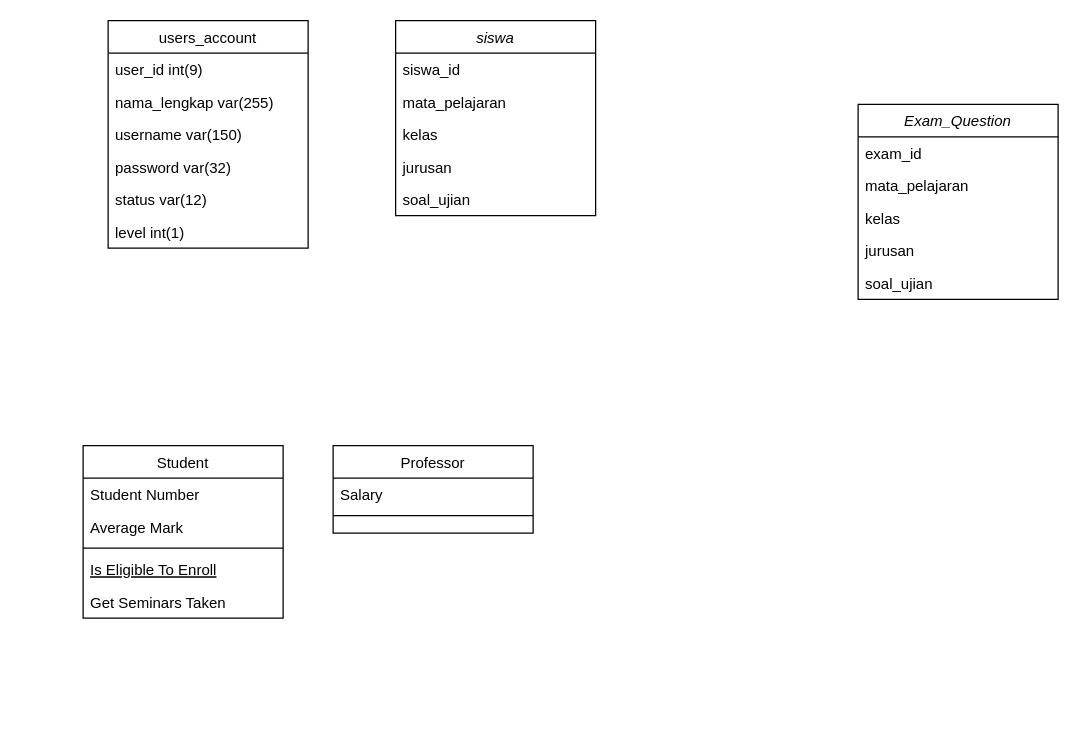
Before: Untitled Diagram.drawio in JzuvGTI/exam-dashboard, a draw.io diagram. Source tidied: cells renumbered, new cells numbered last; positions are measured from the earlier drawing's top-left corner, leaving out a move shared by most shapes. Both pictures are drawn from the tidied source at 125%, with x=0, y=0 at pixel (82, 20).
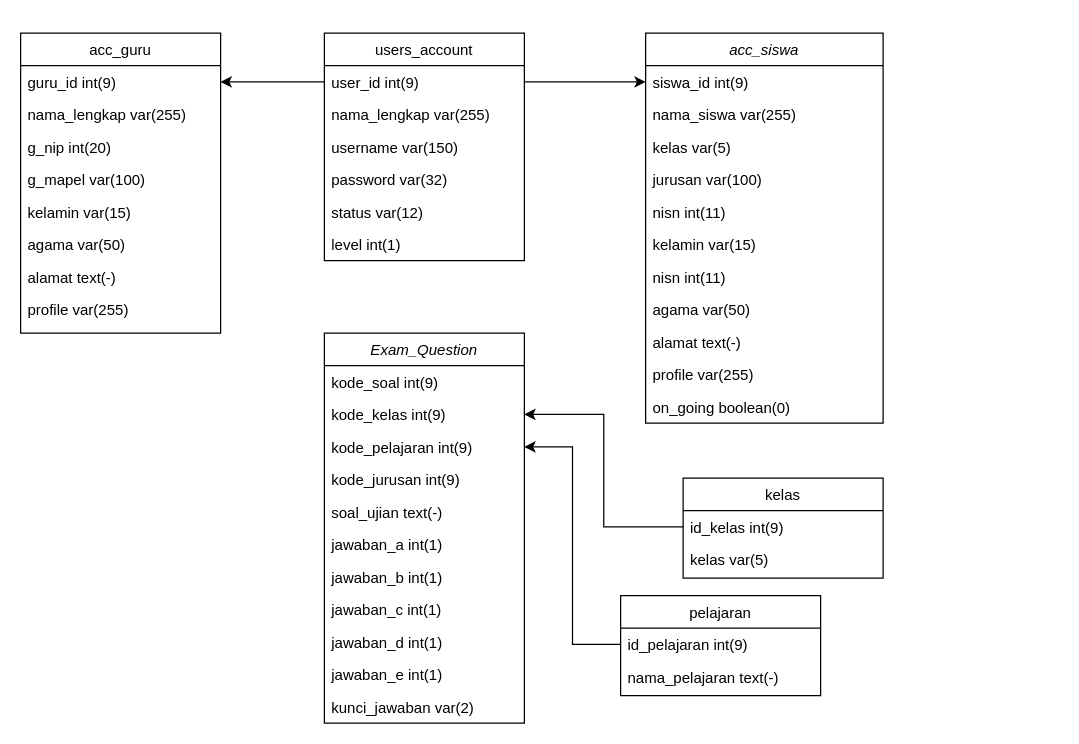
The same page after the edit.

Unchanged cells that the change refers to:
```xml
<mxCell id="18" value="user_id int(9)" style="text;align=left;verticalAlign=top;spacingLeft=4;spacingRight=4;overflow=hidden;points=[[0,0.5],[1,0.5]];portConstraint=eastwest;" parent="17" vertex="1">
  <mxGeometry y="26" width="160" height="26" as="geometry" />
</mxCell>
```

The edit, as a diff of the source:
```diff
@@
     <mxCell id="2" value="Exam_Question" style="swimlane;fontStyle=2;align=center;verticalAlign=top;horizontal=1;startSize=26;rounded=0;shadow=0;strokeWidth=1;" parent="1" vertex="1">
-      <mxGeometry x="620" y="67" width="160" height="156" as="geometry" />
+      <mxGeometry x="193" y="250" width="160" height="312" as="geometry" />
     </mxCell>
-    <mxCell id="3" value="exam_id" style="text;align=left;verticalAlign=top;spacingLeft=4;spacingRight=4;overflow=hidden;" parent="2" vertex="1">
+    <mxCell id="3" value="kode_soal int(9)" style="text;align=left;verticalAlign=top;spacingLeft=4;spacingRight=4;overflow=hidden;" parent="2" vertex="1">
       <mxGeometry y="26" width="160" height="26" as="geometry" />
     </mxCell>
+    <mxCell id="5" value="kode_kelas int(9)" style="text;align=left;verticalAlign=top;spacingLeft=4;spacingRight=4;overflow=hidden;points=[[0,0.5],[1,0.5]];portConstraint=eastwest;rounded=0;shadow=0;html=0;" parent="2" vertex="1">
+      <mxGeometry y="52" width="160" height="26" as="geometry" />
+    </mxCell>
-    <mxCell id="4" value="mata_pelajaran" style="text;align=left;verticalAlign=top;spacingLeft=4;spacingRight=4;overflow=hidden;points=[[0,0.5],[1,0.5]];portConstraint=eastwest;rounded=0;shadow=0;html=0;" parent="2" vertex="1">
-      <mxGeometry y="52" width="160" height="26" as="geometry" />
+    <mxCell id="4" value="kode_pelajaran int(9)" style="text;align=left;verticalAlign=top;spacingLeft=4;spacingRight=4;overflow=hidden;points=[[0,0.5],[1,0.5]];portConstraint=eastwest;rounded=0;shadow=0;html=0;" parent="2" vertex="1">
+      <mxGeometry y="78" width="160" height="26" as="geometry" />
     </mxCell>
-    <mxCell id="5" value="kelas" style="text;align=left;verticalAlign=top;spacingLeft=4;spacingRight=4;overflow=hidden;points=[[0,0.5],[1,0.5]];portConstraint=eastwest;rounded=0;shadow=0;html=0;" parent="2" vertex="1">
-      <mxGeometry y="78" width="160" height="26" as="geometry" />
-    </mxCell>
-    <mxCell id="6" value="jurusan" style="text;align=left;verticalAlign=top;spacingLeft=4;spacingRight=4;overflow=hidden;rounded=0;shadow=0;html=0;" parent="2" vertex="1">
+    <mxCell id="6" value="kode_jurusan int(9)" style="text;align=left;verticalAlign=top;spacingLeft=4;spacingRight=4;overflow=hidden;rounded=0;shadow=0;html=0;" parent="2" vertex="1">
       <mxGeometry y="104" width="160" height="26" as="geometry" />
     </mxCell>
-    <mxCell id="7" value="soal_ujian&#10;" style="text;align=left;verticalAlign=top;spacingLeft=4;spacingRight=4;overflow=hidden;rounded=0;shadow=0;html=0;" parent="2" vertex="1">
+    <mxCell id="7" value="soal_ujian text(-)" style="text;align=left;verticalAlign=top;spacingLeft=4;spacingRight=4;overflow=hidden;rounded=0;shadow=0;html=0;" parent="2" vertex="1">
       <mxGeometry y="130" width="160" height="26" as="geometry" />
     </mxCell>
-    <mxCell id="8" value="Student" style="swimlane;fontStyle=0;align=center;verticalAlign=top;horizontal=1;startSize=26;rounded=0;shadow=0;strokeWidth=1;" parent="1" vertex="1">
-      <mxGeometry y="340" width="160" height="138" as="geometry" />
-    </mxCell>
-    <mxCell id="9" value="Student Number" style="text;align=left;verticalAlign=top;spacingLeft=4;spacingRight=4;overflow=hidden;" parent="8" vertex="1">
-      <mxGeometry y="26" width="160" height="26" as="geometry" />
-    </mxCell>
-    <mxCell id="10" value="Average Mark" style="text;align=left;verticalAlign=top;spacingLeft=4;spacingRight=4;overflow=hidden;rounded=0;shadow=0;html=0;" parent="8" vertex="1">
-      <mxGeometry y="52" width="160" height="26" as="geometry" />
-    </mxCell>
-    <mxCell id="11" style="line;html=1;strokeWidth=1;align=left;verticalAlign=middle;spacingTop=-1;spacingLeft=3;spacingRight=3;labelPosition=right;" parent="8" vertex="1">
-      <mxGeometry y="78" width="160" height="8" as="geometry" />
-    </mxCell>
-    <mxCell id="12" value="Is Eligible To Enroll" style="text;align=left;verticalAlign=top;spacingLeft=4;spacingRight=4;overflow=hidden;fontStyle=4;" parent="8" vertex="1">
-      <mxGeometry y="86" width="160" height="26" as="geometry" />
-    </mxCell>
-    <mxCell id="13" value="Get Seminars Taken" style="text;align=left;verticalAlign=top;spacingLeft=4;spacingRight=4;overflow=hidden;" parent="8" vertex="1">
-      <mxGeometry y="112" width="160" height="26" as="geometry" />
-    </mxCell>
-    <mxCell id="14" value="Professor" style="swimlane;fontStyle=0;align=center;verticalAlign=top;horizontal=1;startSize=26;rounded=0;shadow=0;strokeWidth=1;" parent="1" vertex="1">
-      <mxGeometry x="200" y="340" width="160" height="70" as="geometry" />
-    </mxCell>
-    <mxCell id="15" value="Salary" style="text;align=left;verticalAlign=top;spacingLeft=4;spacingRight=4;overflow=hidden;" parent="14" vertex="1">
-      <mxGeometry y="26" width="160" height="26" as="geometry" />
-    </mxCell>
-    <mxCell id="16" style="line;html=1;strokeWidth=1;align=left;verticalAlign=middle;spacingTop=-1;spacingLeft=3;spacingRight=3;labelPosition=right;" parent="14" vertex="1">
-      <mxGeometry y="52" width="160" height="8" as="geometry" />
-    </mxCell>
+    <mxCell id="30" value="jawaban_a int(1)" style="text;align=left;verticalAlign=top;spacingLeft=4;spacingRight=4;overflow=hidden;rounded=0;shadow=0;html=0;" parent="2" vertex="1">
+      <mxGeometry y="156" width="160" height="26" as="geometry" />
+    </mxCell>
+    <mxCell id="31" value="jawaban_b int(1)" style="text;align=left;verticalAlign=top;spacingLeft=4;spacingRight=4;overflow=hidden;rounded=0;shadow=0;html=0;" parent="2" vertex="1">
+      <mxGeometry y="182" width="160" height="26" as="geometry" />
+    </mxCell>
+    <mxCell id="32" value="jawaban_c int(1)" style="text;align=left;verticalAlign=top;spacingLeft=4;spacingRight=4;overflow=hidden;rounded=0;shadow=0;html=0;" parent="2" vertex="1">
+      <mxGeometry y="208" width="160" height="26" as="geometry" />
+    </mxCell>
+    <mxCell id="33" value="jawaban_d int(1)" style="text;align=left;verticalAlign=top;spacingLeft=4;spacingRight=4;overflow=hidden;rounded=0;shadow=0;html=0;" parent="2" vertex="1">
+      <mxGeometry y="234" width="160" height="26" as="geometry" />
+    </mxCell>
+    <mxCell id="34" value="jawaban_e int(1)" style="text;align=left;verticalAlign=top;spacingLeft=4;spacingRight=4;overflow=hidden;rounded=0;shadow=0;html=0;" parent="2" vertex="1">
+      <mxGeometry y="260" width="160" height="26" as="geometry" />
+    </mxCell>
+    <mxCell id="35" value="kunci_jawaban var(2)" style="text;align=left;verticalAlign=top;spacingLeft=4;spacingRight=4;overflow=hidden;rounded=0;shadow=0;html=0;" parent="2" vertex="1">
+      <mxGeometry y="286" width="160" height="26" as="geometry" />
+    </mxCell>
     <mxCell id="17" value="users_account" style="swimlane;fontStyle=0;align=center;verticalAlign=top;horizontal=1;startSize=26;rounded=0;shadow=0;strokeWidth=1;" parent="1" vertex="1">
-      <mxGeometry x="20" width="160" height="182" as="geometry" />
+      <mxGeometry x="193" y="10" width="160" height="182" as="geometry" />
     </mxCell>
@@
-    <mxCell id="24" value="siswa" style="swimlane;fontStyle=2;align=center;verticalAlign=top;horizontal=1;startSize=26;rounded=0;shadow=0;strokeWidth=1;" parent="1" vertex="1">
-      <mxGeometry x="250" width="160" height="156" as="geometry" />
+    <mxCell id="24" value="acc_siswa" style="swimlane;fontStyle=2;align=center;verticalAlign=top;horizontal=1;startSize=26;rounded=0;shadow=0;strokeWidth=1;" parent="1" vertex="1">
+      <mxGeometry x="450" y="10" width="190" height="312" as="geometry" />
     </mxCell>
-    <mxCell id="25" value="siswa_id" style="text;align=left;verticalAlign=top;spacingLeft=4;spacingRight=4;overflow=hidden;points=[[0,0.5],[1,0.5]];portConstraint=eastwest;" parent="24" vertex="1">
-      <mxGeometry y="26" width="160" height="26" as="geometry" />
+    <mxCell id="25" value="siswa_id int(9)" style="text;align=left;verticalAlign=top;spacingLeft=4;spacingRight=4;overflow=hidden;points=[[0,0.5],[1,0.5]];portConstraint=eastwest;" parent="24" vertex="1">
+      <mxGeometry y="26" width="190" height="26" as="geometry" />
     </mxCell>
-    <mxCell id="26" value="mata_pelajaran" style="text;align=left;verticalAlign=top;spacingLeft=4;spacingRight=4;overflow=hidden;rounded=0;shadow=0;html=0;" parent="24" vertex="1">
-      <mxGeometry y="52" width="160" height="26" as="geometry" />
+    <mxCell id="26" value="nama_siswa var(255)" style="text;align=left;verticalAlign=top;spacingLeft=4;spacingRight=4;overflow=hidden;rounded=0;shadow=0;html=0;" parent="24" vertex="1">
+      <mxGeometry y="52" width="190" height="26" as="geometry" />
     </mxCell>
-    <mxCell id="27" value="kelas" style="text;align=left;verticalAlign=top;spacingLeft=4;spacingRight=4;overflow=hidden;rounded=0;shadow=0;html=0;" parent="24" vertex="1">
-      <mxGeometry y="78" width="160" height="26" as="geometry" />
+    <mxCell id="27" value="kelas var(5)" style="text;align=left;verticalAlign=top;spacingLeft=4;spacingRight=4;overflow=hidden;rounded=0;shadow=0;html=0;" parent="24" vertex="1">
+      <mxGeometry y="78" width="190" height="26" as="geometry" />
     </mxCell>
-    <mxCell id="28" value="jurusan" style="text;align=left;verticalAlign=top;spacingLeft=4;spacingRight=4;overflow=hidden;rounded=0;shadow=0;html=0;" parent="24" vertex="1">
-      <mxGeometry y="104" width="160" height="26" as="geometry" />
+    <mxCell id="28" value="jurusan var(100)" style="text;align=left;verticalAlign=top;spacingLeft=4;spacingRight=4;overflow=hidden;rounded=0;shadow=0;html=0;" parent="24" vertex="1">
+      <mxGeometry y="104" width="190" height="26" as="geometry" />
     </mxCell>
-    <mxCell id="29" value="soal_ujian&#10;" style="text;align=left;verticalAlign=top;spacingLeft=4;spacingRight=4;overflow=hidden;rounded=0;shadow=0;html=0;" parent="24" vertex="1">
-      <mxGeometry y="130" width="160" height="26" as="geometry" />
+    <mxCell id="29" value="nisn int(11)" style="text;align=left;verticalAlign=top;spacingLeft=4;spacingRight=4;overflow=hidden;rounded=0;shadow=0;html=0;" parent="24" vertex="1">
+      <mxGeometry y="130" width="190" height="26" as="geometry" />
     </mxCell>
+    <mxCell id="36" value="kelamin var(15)" style="text;align=left;verticalAlign=top;spacingLeft=4;spacingRight=4;overflow=hidden;rounded=0;shadow=0;html=0;" parent="24" vertex="1">
+      <mxGeometry y="156" width="190" height="26" as="geometry" />
+    </mxCell>
+    <mxCell id="37" value="nisn int(11)" style="text;align=left;verticalAlign=top;spacingLeft=4;spacingRight=4;overflow=hidden;rounded=0;shadow=0;html=0;" parent="24" vertex="1">
+      <mxGeometry y="182" width="190" height="26" as="geometry" />
+    </mxCell>
+    <mxCell id="38" value="agama var(50)" style="text;align=left;verticalAlign=top;spacingLeft=4;spacingRight=4;overflow=hidden;rounded=0;shadow=0;html=0;" parent="24" vertex="1">
+      <mxGeometry y="208" width="190" height="26" as="geometry" />
+    </mxCell>
+    <mxCell id="39" value="alamat text(-)" style="text;align=left;verticalAlign=top;spacingLeft=4;spacingRight=4;overflow=hidden;rounded=0;shadow=0;html=0;" parent="24" vertex="1">
+      <mxGeometry y="234" width="190" height="26" as="geometry" />
+    </mxCell>
+    <mxCell id="40" value="profile var(255)" style="text;align=left;verticalAlign=top;spacingLeft=4;spacingRight=4;overflow=hidden;rounded=0;shadow=0;html=0;" parent="24" vertex="1">
+      <mxGeometry y="260" width="190" height="26" as="geometry" />
+    </mxCell>
+    <mxCell id="41" value="on_going boolean(0)" style="text;align=left;verticalAlign=top;spacingLeft=4;spacingRight=4;overflow=hidden;rounded=0;shadow=0;html=0;" parent="24" vertex="1">
+      <mxGeometry y="286" width="190" height="26" as="geometry" />
+    </mxCell>
+    <mxCell id="42" style="edgeStyle=orthogonalEdgeStyle;rounded=0;jettySize=auto;html=1;entryX=0;entryY=0.5;entryDx=0;entryDy=0;" parent="1" edge="1" source="18" target="25">
+      <mxGeometry relative="1" as="geometry" />
+    </mxCell>
+    <mxCell id="43" value="acc_guru" style="swimlane;fontStyle=0;align=center;verticalAlign=top;horizontal=1;startSize=26;rounded=0;shadow=0;strokeWidth=1;" parent="1" vertex="1">
+      <mxGeometry x="-50" y="10" width="160" height="240" as="geometry" />
+    </mxCell>
+    <mxCell id="44" value="guru_id int(9)" style="text;align=left;verticalAlign=top;spacingLeft=4;spacingRight=4;overflow=hidden;points=[[0,0.5],[1,0.5]];portConstraint=eastwest;" parent="43" vertex="1">
+      <mxGeometry y="26" width="160" height="26" as="geometry" />
+    </mxCell>
+    <mxCell id="45" value="nama_lengkap var(255)" style="text;align=left;verticalAlign=top;spacingLeft=4;spacingRight=4;overflow=hidden;rounded=0;shadow=0;html=0;" parent="43" vertex="1">
+      <mxGeometry y="52" width="160" height="26" as="geometry" />
+    </mxCell>
+    <mxCell id="46" value="g_nip int(20)" style="text;align=left;verticalAlign=top;spacingLeft=4;spacingRight=4;overflow=hidden;rounded=0;shadow=0;html=0;" parent="43" vertex="1">
+      <mxGeometry y="78" width="160" height="26" as="geometry" />
+    </mxCell>
+    <mxCell id="47" value="g_mapel var(100)" style="text;align=left;verticalAlign=top;spacingLeft=4;spacingRight=4;overflow=hidden;rounded=0;shadow=0;html=0;" parent="43" vertex="1">
+      <mxGeometry y="104" width="160" height="26" as="geometry" />
+    </mxCell>
+    <mxCell id="48" value="kelamin var(15)" style="text;align=left;verticalAlign=top;spacingLeft=4;spacingRight=4;overflow=hidden;rounded=0;shadow=0;html=0;" parent="43" vertex="1">
+      <mxGeometry y="130" width="160" height="26" as="geometry" />
+    </mxCell>
+    <mxCell id="49" value="agama var(50)" style="text;align=left;verticalAlign=top;spacingLeft=4;spacingRight=4;overflow=hidden;rounded=0;shadow=0;html=0;" parent="43" vertex="1">
+      <mxGeometry y="156" width="160" height="26" as="geometry" />
+    </mxCell>
+    <mxCell id="50" value="alamat text(-)" style="text;align=left;verticalAlign=top;spacingLeft=4;spacingRight=4;overflow=hidden;rounded=0;shadow=0;html=0;" parent="43" vertex="1">
+      <mxGeometry y="182" width="160" height="26" as="geometry" />
+    </mxCell>
+    <mxCell id="51" value="profile var(255)" style="text;align=left;verticalAlign=top;spacingLeft=4;spacingRight=4;overflow=hidden;rounded=0;shadow=0;html=0;" parent="43" vertex="1">
+      <mxGeometry y="208" width="160" height="26" as="geometry" />
+    </mxCell>
+    <mxCell id="52" style="edgeStyle=orthogonalEdgeStyle;rounded=0;jettySize=auto;html=1;exitX=0;exitY=0.5;exitDx=0;exitDy=0;" parent="1" edge="1" source="18" target="44">
+      <mxGeometry relative="1" as="geometry" />
+    </mxCell>
+    <mxCell id="53" value="kelas" style="swimlane;fontStyle=0;align=center;verticalAlign=top;horizontal=1;startSize=26;rounded=0;shadow=0;strokeWidth=1;" parent="1" vertex="1">
+      <mxGeometry x="480" y="366" width="160" height="80" as="geometry" />
+    </mxCell>
+    <mxCell id="54" value="id_kelas int(9)" style="text;align=left;verticalAlign=top;spacingLeft=4;spacingRight=4;overflow=hidden;points=[[0,0.5],[1,0.5]];portConstraint=eastwest;" parent="53" vertex="1">
+      <mxGeometry y="26" width="160" height="26" as="geometry" />
+    </mxCell>
+    <mxCell id="55" value="kelas var(5)" style="text;align=left;verticalAlign=top;spacingLeft=4;spacingRight=4;overflow=hidden;rounded=0;shadow=0;html=0;" parent="53" vertex="1">
+      <mxGeometry y="52" width="160" height="26" as="geometry" />
+    </mxCell>
+    <mxCell id="56" value="pelajaran" style="swimlane;fontStyle=0;align=center;verticalAlign=top;horizontal=1;startSize=26;rounded=0;shadow=0;strokeWidth=1;" parent="1" vertex="1">
+      <mxGeometry x="430" y="460" width="160" height="80" as="geometry" />
+    </mxCell>
+    <mxCell id="57" value="id_pelajaran int(9)" style="text;align=left;verticalAlign=top;spacingLeft=4;spacingRight=4;overflow=hidden;points=[[0,0.5],[1,0.5]];portConstraint=eastwest;" parent="56" vertex="1">
+      <mxGeometry y="26" width="160" height="26" as="geometry" />
+    </mxCell>
+    <mxCell id="58" value="nama_pelajaran text(-)" style="text;align=left;verticalAlign=top;spacingLeft=4;spacingRight=4;overflow=hidden;rounded=0;shadow=0;html=0;" parent="56" vertex="1">
+      <mxGeometry y="52" width="160" height="26" as="geometry" />
+    </mxCell>
+    <mxCell id="59" style="edgeStyle=orthogonalEdgeStyle;rounded=0;jettySize=auto;html=1;entryX=1;entryY=0.5;entryDx=0;entryDy=0;" parent="1" edge="1" source="54" target="5">
+      <mxGeometry relative="1" as="geometry" />
+    </mxCell>
+    <mxCell id="60" style="edgeStyle=orthogonalEdgeStyle;rounded=0;jettySize=auto;html=1;entryX=1;entryY=0.5;entryDx=0;entryDy=0;" parent="1" edge="1" source="57" target="4">
+      <mxGeometry relative="1" as="geometry" />
+    </mxCell>
```
